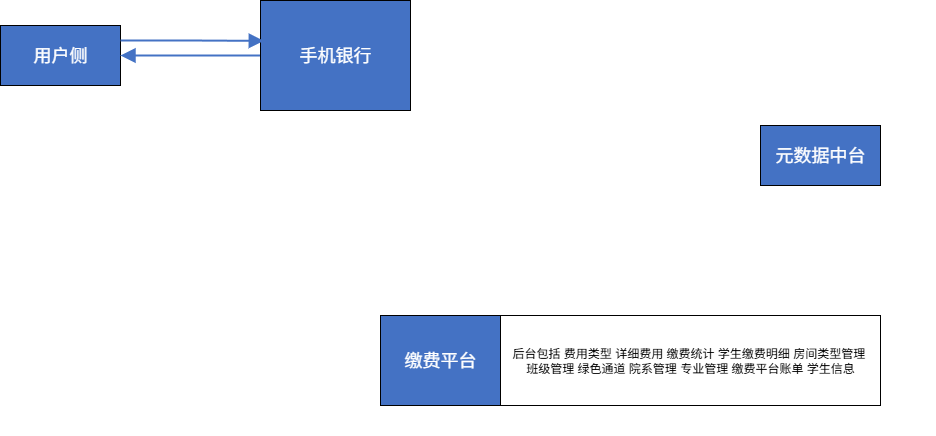
Above: 缴费平台.drawio.png in bzerozero7/test (draw.io), before the change. Source tidied: cells renumbered, new cells last; positions are measured from the earlier drawing's top-left corner, leaving out a move shared by most shapes.
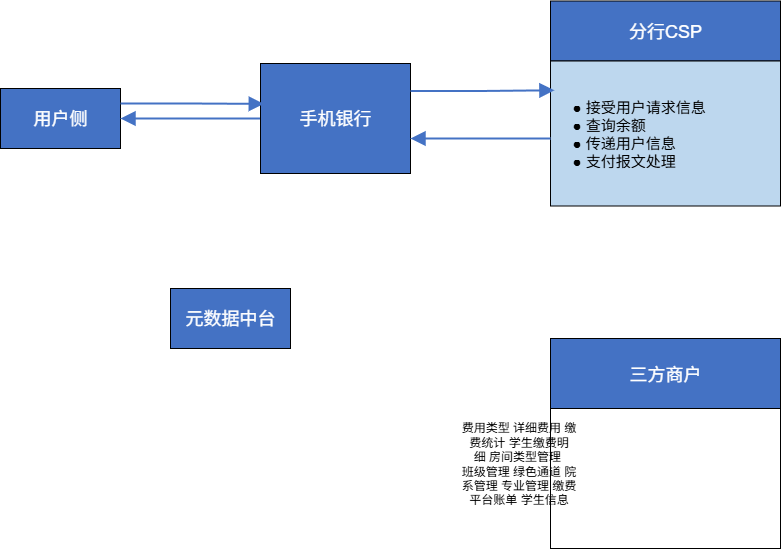
The same diagram one commit later.

Commit message:
更新缴费平台.drawio.png

What changed in the source:
```diff
@@ -6,10 +6,10 @@
       <mxGeometry y="25" width="120" height="60" as="geometry" />
     </mxCell>
     <mxCell id="3" value="&lt;font color=&quot;#ffffff&quot;&gt;&lt;span style=&quot;font-size: 18px;&quot;&gt;元数据中台&lt;/span&gt;&lt;/font&gt;" style="rounded=0;whiteSpace=wrap;html=1;fillColor=#4472C4;" parent="1" vertex="1">
-      <mxGeometry x="760" y="125" width="120" height="60" as="geometry" />
+      <mxGeometry x="170" y="225" width="120" height="60" as="geometry" />
     </mxCell>
-    <mxCell id="4" value="&lt;font color=&quot;#ffffff&quot;&gt;&lt;span style=&quot;font-size: 18px;&quot;&gt;缴费平台&lt;/span&gt;&lt;/font&gt;" style="rounded=0;whiteSpace=wrap;html=1;fillColor=#4472C4;" parent="1" vertex="1">
-      <mxGeometry x="380" y="315" width="120" height="90" as="geometry" />
+    <mxCell id="4" value="&lt;font color=&quot;#ffffff&quot;&gt;&lt;span style=&quot;font-size: 18px;&quot;&gt;三方商户&lt;/span&gt;&lt;/font&gt;" style="rounded=0;whiteSpace=wrap;html=1;fillColor=#4472C4;" parent="1" vertex="1">
+      <mxGeometry x="550" y="275" width="230" height="72.5" as="geometry" />
     </mxCell>
     <mxCell id="5" style="edgeStyle=orthogonalEdgeStyle;rounded=0;jettySize=auto;html=1;exitX=0;exitY=0.5;exitDx=0;exitDy=0;endArrow=block;endFill=1;strokeColor=#4472C4;startSize=10;endSize=10;startArrow=none;startFill=0;strokeWidth=2;entryX=1;entryY=0.5;entryDx=0;entryDy=0;" parent="1" edge="1" source="6" target="2">
       <mxGeometry relative="1" as="geometry" />
@@ -18,13 +18,31 @@
       <mxGeometry x="260" width="150" height="110" as="geometry" />
     </mxCell>
     <mxCell id="7" style="rounded=0;whiteSpace=wrap;html=1;" parent="1" vertex="1">
-      <mxGeometry x="500" y="315" width="380" height="90" as="geometry" />
+      <mxGeometry x="550" y="345" width="230" height="140" as="geometry" />
     </mxCell>
-    <mxCell id="8" value="&lt;div&gt;后台包括&amp;nbsp;&lt;span style=&quot;background-color: transparent; color: light-dark(rgb(0, 0, 0), rgb(255, 255, 255));&quot;&gt;费用类型&amp;nbsp;&lt;/span&gt;&lt;span style=&quot;background-color: transparent; color: light-dark(rgb(0, 0, 0), rgb(255, 255, 255));&quot;&gt;详细费用&amp;nbsp;&lt;/span&gt;&lt;span style=&quot;background-color: transparent; color: light-dark(rgb(0, 0, 0), rgb(255, 255, 255));&quot;&gt;缴费统计&amp;nbsp;&lt;/span&gt;&lt;span style=&quot;background-color: transparent; color: light-dark(rgb(0, 0, 0), rgb(255, 255, 255));&quot;&gt;学生缴费明细&amp;nbsp;&lt;/span&gt;&lt;span style=&quot;background-color: transparent; color: light-dark(rgb(0, 0, 0), rgb(255, 255, 255));&quot;&gt;房间类型管理&amp;nbsp;&lt;/span&gt;&lt;/div&gt;&lt;div&gt;&lt;span style=&quot;background-color: transparent; color: light-dark(rgb(0, 0, 0), rgb(255, 255, 255));&quot;&gt;班级管理&amp;nbsp;&lt;/span&gt;&lt;span style=&quot;background-color: transparent; color: light-dark(rgb(0, 0, 0), rgb(255, 255, 255));&quot;&gt;绿色通道&amp;nbsp;&lt;/span&gt;&lt;span style=&quot;background-color: transparent; color: light-dark(rgb(0, 0, 0), rgb(255, 255, 255));&quot;&gt;院系管理&amp;nbsp;&lt;/span&gt;&lt;span style=&quot;background-color: transparent; color: light-dark(rgb(0, 0, 0), rgb(255, 255, 255));&quot;&gt;专业管理&amp;nbsp;&lt;/span&gt;&lt;span style=&quot;background-color: transparent; color: light-dark(rgb(0, 0, 0), rgb(255, 255, 255));&quot;&gt;缴费平台账单&amp;nbsp;&lt;/span&gt;&lt;span style=&quot;background-color: transparent; color: light-dark(rgb(0, 0, 0), rgb(255, 255, 255));&quot;&gt;学生信息&lt;/span&gt;&lt;/div&gt;" style="text;html=1;align=center;verticalAlign=middle;whiteSpace=wrap;rounded=0;" parent="1" vertex="1">
-      <mxGeometry x="445" y="285" width="490" height="150" as="geometry" />
+    <mxCell id="8" value="&lt;div&gt;&lt;span style=&quot;background-color: transparent; color: light-dark(rgb(0, 0, 0), rgb(255, 255, 255));&quot;&gt;费用类型&amp;nbsp;&lt;/span&gt;&lt;span style=&quot;background-color: transparent; color: light-dark(rgb(0, 0, 0), rgb(255, 255, 255));&quot;&gt;详细费用&amp;nbsp;&lt;/span&gt;&lt;span style=&quot;background-color: transparent; color: light-dark(rgb(0, 0, 0), rgb(255, 255, 255));&quot;&gt;缴费统计&amp;nbsp;&lt;/span&gt;&lt;span style=&quot;background-color: transparent; color: light-dark(rgb(0, 0, 0), rgb(255, 255, 255));&quot;&gt;学生缴费明细&amp;nbsp;&lt;/span&gt;&lt;span style=&quot;background-color: transparent; color: light-dark(rgb(0, 0, 0), rgb(255, 255, 255));&quot;&gt;房间类型管理&amp;nbsp;&lt;/span&gt;&lt;/div&gt;&lt;div&gt;&lt;span style=&quot;background-color: transparent; color: light-dark(rgb(0, 0, 0), rgb(255, 255, 255));&quot;&gt;班级管理&amp;nbsp;&lt;/span&gt;&lt;span style=&quot;background-color: transparent; color: light-dark(rgb(0, 0, 0), rgb(255, 255, 255));&quot;&gt;绿色通道&amp;nbsp;&lt;/span&gt;&lt;span style=&quot;background-color: transparent; color: light-dark(rgb(0, 0, 0), rgb(255, 255, 255));&quot;&gt;院系管理&amp;nbsp;&lt;/span&gt;&lt;span style=&quot;background-color: transparent; color: light-dark(rgb(0, 0, 0), rgb(255, 255, 255));&quot;&gt;专业管理&amp;nbsp;&lt;/span&gt;&lt;span style=&quot;background-color: transparent; color: light-dark(rgb(0, 0, 0), rgb(255, 255, 255));&quot;&gt;缴费平台账单&amp;nbsp;&lt;/span&gt;&lt;span style=&quot;background-color: transparent; color: light-dark(rgb(0, 0, 0), rgb(255, 255, 255));&quot;&gt;学生信息&lt;/span&gt;&lt;/div&gt;" style="text;html=1;align=center;verticalAlign=middle;whiteSpace=wrap;rounded=0;" parent="1" vertex="1">
+      <mxGeometry x="457" y="325" width="123" height="150" as="geometry" />
     </mxCell>
     <mxCell id="9" style="edgeStyle=orthogonalEdgeStyle;rounded=0;jettySize=auto;html=1;exitX=1;exitY=0.25;exitDx=0;exitDy=0;endArrow=block;endFill=1;strokeColor=#4472C4;startSize=10;endSize=10;startArrow=none;startFill=0;strokeWidth=2;entryX=0.022;entryY=0.367;entryDx=0;entryDy=0;entryPerimeter=0;" parent="1" edge="1" source="2" target="6">
       <mxGeometry relative="1" as="geometry" />
     </mxCell>
+    <mxCell id="10" value="&lt;font color=&quot;#ffffff&quot;&gt;&lt;span style=&quot;font-size: 18px;&quot;&gt;分行CSP&lt;/span&gt;&lt;/font&gt;" style="rounded=0;whiteSpace=wrap;html=1;fillColor=#4472C4;" parent="1" vertex="1">
+      <mxGeometry x="550" y="-62.5" width="230" height="60" as="geometry" />
+    </mxCell>
+    <mxCell id="11" style="rounded=0;whiteSpace=wrap;html=1;fillColor=#BDD7EE;" parent="1" vertex="1">
+      <mxGeometry x="550" y="-2.5" width="230" height="145" as="geometry" />
+    </mxCell>
+    <mxCell id="12" value="&lt;font style=&quot;font-size: 15px;&quot;&gt;   ● 接受用户请求信息&lt;/font&gt;&lt;div&gt;&lt;font style=&quot;font-size: 15px;&quot;&gt;   ● 查询余额&lt;br&gt;   ● 传递用户信息&lt;br&gt;   ● 支付报文处理&lt;/font&gt;&lt;/div&gt;" style="text;html=1;align=left;verticalAlign=middle;whiteSpace=wrap;rounded=0;" parent="1" vertex="1">
+      <mxGeometry x="570" y="20" width="190" height="100" as="geometry" />
+    </mxCell>
+    <mxCell id="13" style="edgeStyle=orthogonalEdgeStyle;rounded=0;jettySize=auto;html=1;exitX=1;exitY=0.25;exitDx=0;exitDy=0;endArrow=block;endFill=1;strokeColor=#4472C4;startSize=10;endSize=10;startArrow=none;startFill=0;strokeWidth=2;entryX=0.017;entryY=0.202;entryDx=0;entryDy=0;entryPerimeter=0;" parent="1" edge="1" source="6" target="11">
+      <mxGeometry relative="1" as="geometry" />
+    </mxCell>
+    <mxCell id="14" style="edgeStyle=orthogonalEdgeStyle;rounded=0;orthogonalLoop=1;jettySize=auto;html=1;exitX=0;exitY=0.5;exitDx=0;exitDy=0;endArrow=block;endFill=1;strokeColor=#4472C4;startSize=10;endSize=10;startArrow=none;startFill=0;strokeWidth=2;entryX=1;entryY=0.5;entryDx=0;entryDy=0;" parent="1" edge="1">
+      <mxGeometry relative="1" as="geometry">
+        <mxPoint x="550" y="75" as="sourcePoint" />
+        <mxPoint x="410" y="75" as="targetPoint" />
+      </mxGeometry>
+    </mxCell>
   </root>
 </mxGraphModel>
```
